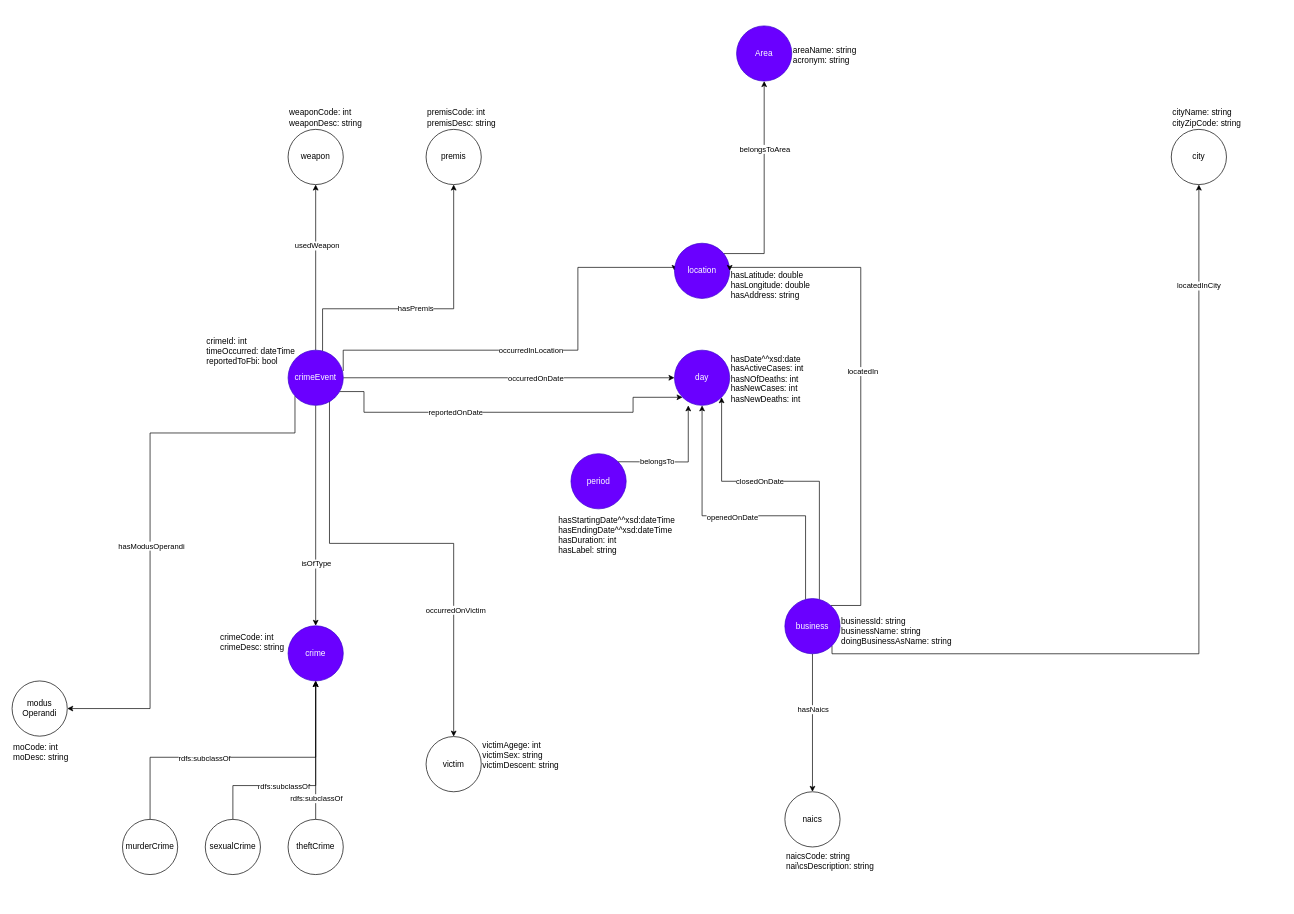
Before: requirements analysis/Bitsei_ontology.drawio in mircocazzaro/bitsei-db2-unipd, a draw.io diagram. Source tidied: cells renumbered, new cells numbered last; positions are measured from the earlier drawing's top-left corner, leaving out a move shared by most shapes. Both pictures are drawn from the tidied source at 69%, with x=0, y=0 at pixel (12, 12).
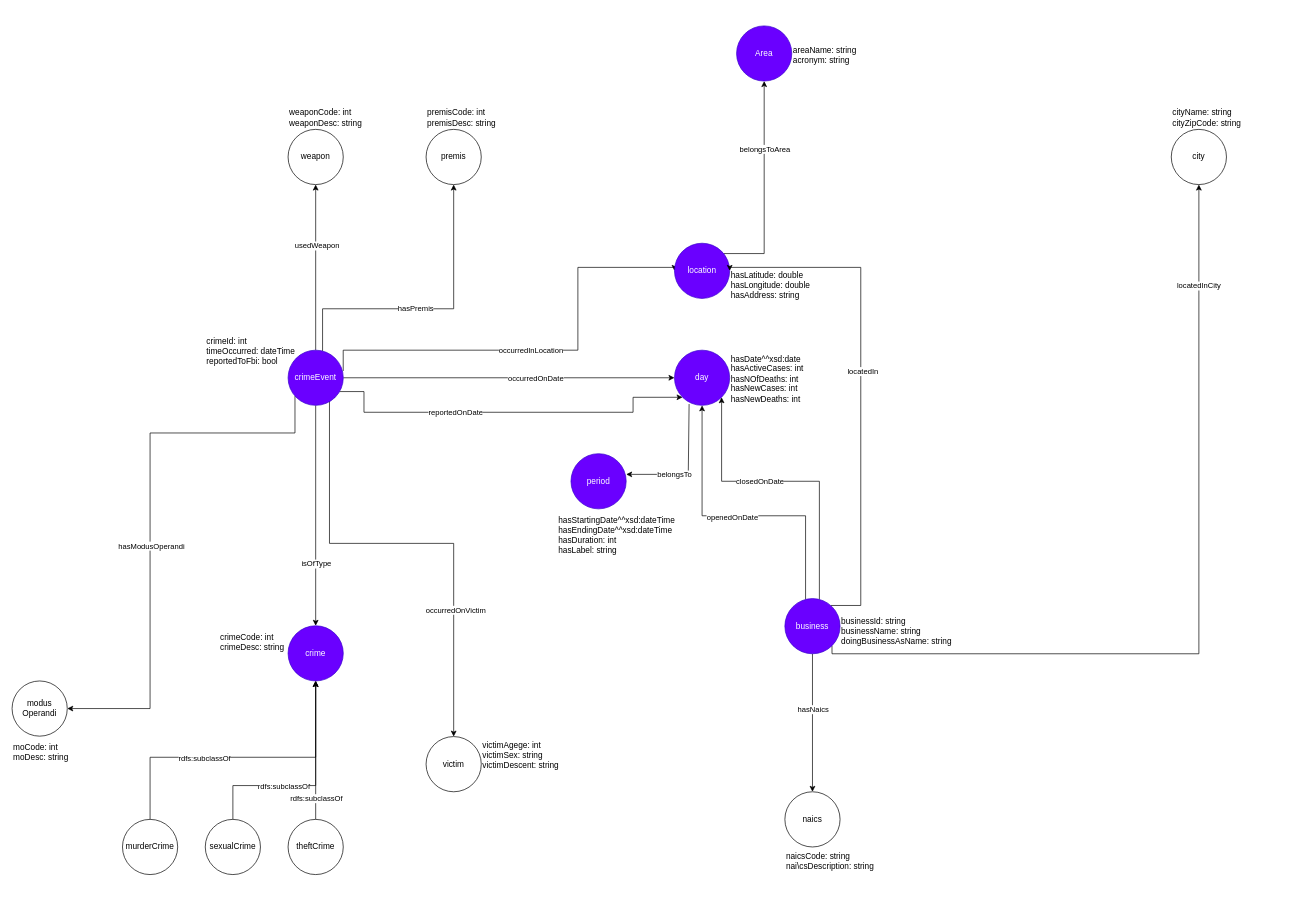
The same page after the edit.

Commit message:
fixed ontlogy drawing

The change refers to these unchanged cells:
```xml
<mxCell id="26" value="day" style="ellipse;whiteSpace=wrap;html=1;fillColor=#6a00ff;strokeColor=#3700CC;fontColor=#ffffff;" parent="1" vertex="1">
  <mxGeometry x="960" y="490" width="80" height="80" as="geometry" />
</mxCell>
```

The edit, as a diff of the source:
```diff
@@
-    <mxCell id="63" value="period" style="ellipse;whiteSpace=wrap;html=1;fillColor=#6a00ff;strokeColor=#3700CC;fontColor=#ffffff;" parent="1" vertex="1">
+    <mxCell id="63" value="period" style="ellipse;whiteSpace=wrap;html=1;fillColor=#6a00ff;strokeColor=#3700CC;fontColor=#ffffff;direction=south;" parent="1" vertex="1">
       <mxGeometry x="810" y="640" width="80" height="80" as="geometry" />
     </mxCell>
-    <mxCell id="64" style="endArrow=classic;html=1;rounded=0;exitX=1;exitY=0;exitDx=0;exitDy=0;entryX=0.25;entryY=1;entryDx=0;entryDy=0;entryPerimeter=0;" parent="1" edge="1" source="63" target="26">
+    <mxCell id="64" style="endArrow=classic;html=1;rounded=0;exitX=0.265;exitY=0.976;exitDx=0;exitDy=0;exitPerimeter=0;entryX=0.375;entryY=0;entryDx=0;entryDy=0;entryPerimeter=0;" parent="1" edge="1" source="26" target="63">
       <mxGeometry relative="1" as="geometry">
         <Array as="points">
-          <mxPoint x="980" y="652" />
+          <mxPoint x="980" y="670" />
         </Array>
       </mxGeometry>
     </mxCell>
@@
     <mxCell id="66" value="belongsTo" style="edgeLabel;html=1;align=center;verticalAlign=middle;" parent="64" vertex="1">
       <mxGeometry x="-0.39" y="-2" relative="1" as="geometry">
-        <mxPoint y="-3" as="offset" />
+        <mxPoint x="-19" y="43" as="offset" />
       </mxGeometry>
     </mxCell>
```
